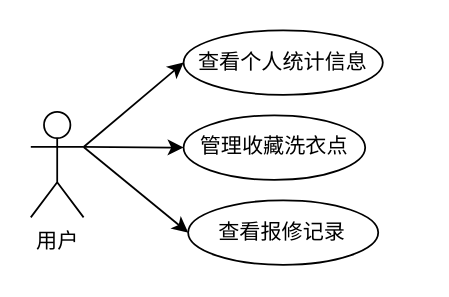
Before: 个人中心模块.drawio in mochaDMQ/myPicture, a draw.io diagram. Source tidied: cells renumbered, new cells numbered last; positions are measured from the earlier drawing's top-left corner, leaving out a move shared by most shapes. Both pictures are drawn from the tidied source at 176%, with x=0, y=0 at pixel (30, 30).
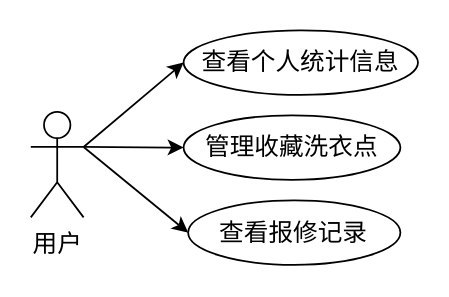
After the change.

Commit message:
更新个人中心模块.drawio

The edit, as a diff of the source:
```diff
@@
 <mxGraphModel>
   <root>
     <mxCell id="0" />
     <mxCell id="1" parent="0" />
-    <mxCell id="2" style="edgeStyle=none;rounded=0;jettySize=auto;html=1;exitX=1;exitY=0.3333333333333333;exitDx=0;exitDy=0;exitPerimeter=0;entryX=0;entryY=0.5;entryDx=0;entryDy=0;" parent="1" edge="1" source="5" target="6">
+    <mxCell id="2" style="edgeStyle=none;rounded=0;jettySize=auto;html=1;exitX=1;exitY=0.3333333333333333;exitDx=0;exitDy=0;exitPerimeter=0;entryX=0;entryY=0.5;entryDx=0;entryDy=0;fontSize=14;fontFamily=宋体;" parent="1" edge="1" source="5" target="6">
       <mxGeometry relative="1" as="geometry" />
     </mxCell>
-    <mxCell id="3" style="edgeStyle=none;rounded=0;jettySize=auto;html=1;exitX=1;exitY=0.3333333333333333;exitDx=0;exitDy=0;exitPerimeter=0;entryX=0;entryY=0.5;entryDx=0;entryDy=0;" parent="1" edge="1" source="5" target="7">
+    <mxCell id="3" style="edgeStyle=none;rounded=0;jettySize=auto;html=1;exitX=1;exitY=0.3333333333333333;exitDx=0;exitDy=0;exitPerimeter=0;entryX=0;entryY=0.5;entryDx=0;entryDy=0;fontSize=14;fontFamily=宋体;" parent="1" edge="1" source="5" target="7">
       <mxGeometry relative="1" as="geometry" />
     </mxCell>
-    <mxCell id="4" style="edgeStyle=none;rounded=0;jettySize=auto;html=1;exitX=1;exitY=0.3333333333333333;exitDx=0;exitDy=0;exitPerimeter=0;entryX=0;entryY=0.5;entryDx=0;entryDy=0;" parent="1" edge="1" source="5" target="8">
+    <mxCell id="4" style="edgeStyle=none;rounded=0;jettySize=auto;html=1;exitX=1;exitY=0.3333333333333333;exitDx=0;exitDy=0;exitPerimeter=0;entryX=0;entryY=0.5;entryDx=0;entryDy=0;fontSize=14;fontFamily=宋体;" parent="1" edge="1" source="5" target="8">
       <mxGeometry relative="1" as="geometry" />
     </mxCell>
-    <mxCell id="5" value="用户" style="shape=umlActor;verticalLabelPosition=bottom;verticalAlign=top;html=1;outlineConnect=0;" parent="1" vertex="1">
+    <mxCell id="5" value="用户" style="shape=umlActor;verticalLabelPosition=bottom;verticalAlign=top;html=1;outlineConnect=0;fontSize=14;fontFamily=宋体;" parent="1" vertex="1">
       <mxGeometry y="46" width="30" height="60" as="geometry" />
     </mxCell>
-    <mxCell id="6" value="查看个人统计信息" style="ellipse;whiteSpace=wrap;html=1;" parent="1" vertex="1">
-      <mxGeometry x="86.8" y="-0.3" width="113.2" height="36.7" as="geometry" />
+    <mxCell id="6" value="查看个人统计信息" style="ellipse;whiteSpace=wrap;html=1;fontSize=14;fontFamily=宋体;" parent="1" vertex="1">
+      <mxGeometry x="86.8" y="-0.3" width="133.2" height="36.7" as="geometry" />
     </mxCell>
-    <mxCell id="7" value="管理收藏洗衣点" style="ellipse;whiteSpace=wrap;html=1;" parent="1" vertex="1">
-      <mxGeometry x="86.8" y="48" width="103.2" height="36.7" as="geometry" />
+    <mxCell id="7" value="管理收藏洗衣点" style="ellipse;whiteSpace=wrap;html=1;fontSize=14;fontFamily=宋体;" parent="1" vertex="1">
+      <mxGeometry x="86.8" y="48" width="123.2" height="36.7" as="geometry" />
     </mxCell>
-    <mxCell id="8" value="查看报修记录" style="ellipse;whiteSpace=wrap;html=1;" parent="1" vertex="1">
-      <mxGeometry x="89.4" y="96.3" width="108" height="36.7" as="geometry" />
+    <mxCell id="8" value="查看报修记录" style="ellipse;whiteSpace=wrap;html=1;fontSize=14;fontFamily=宋体;" parent="1" vertex="1">
+      <mxGeometry x="89.4" y="96.3" width="120.6" height="36.7" as="geometry" />
     </mxCell>
   </root>
 </mxGraphModel>
```
